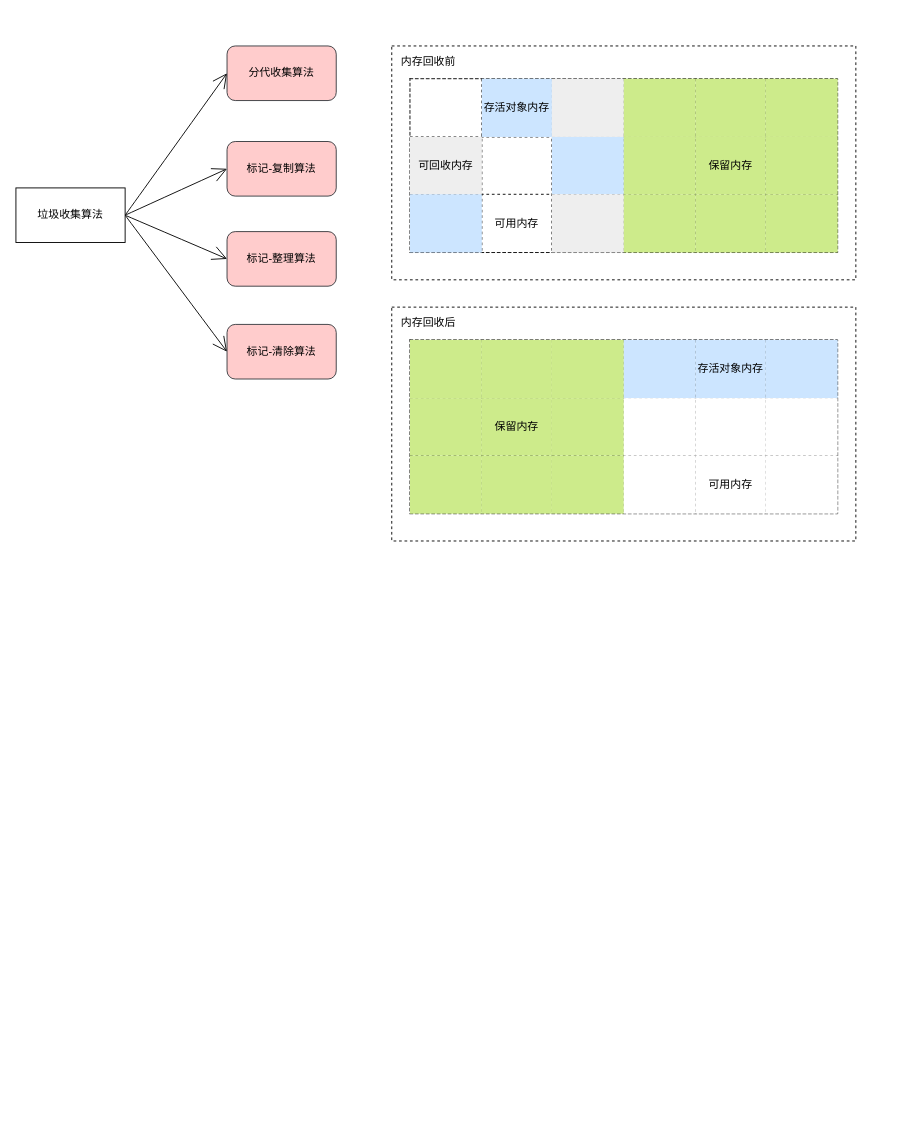
This is learn/JVM垃圾收集算法.drawio from Leo-Lee-j/sketch, a draw.io file, before an edit. Source tidied: cells renumbered, new cells numbered last; positions are measured from the earlier drawing's top-left corner, leaving out a move shared by most shapes. Both pictures are drawn from the tidied source at 91%, with x=0, y=0 at pixel (15, 46).
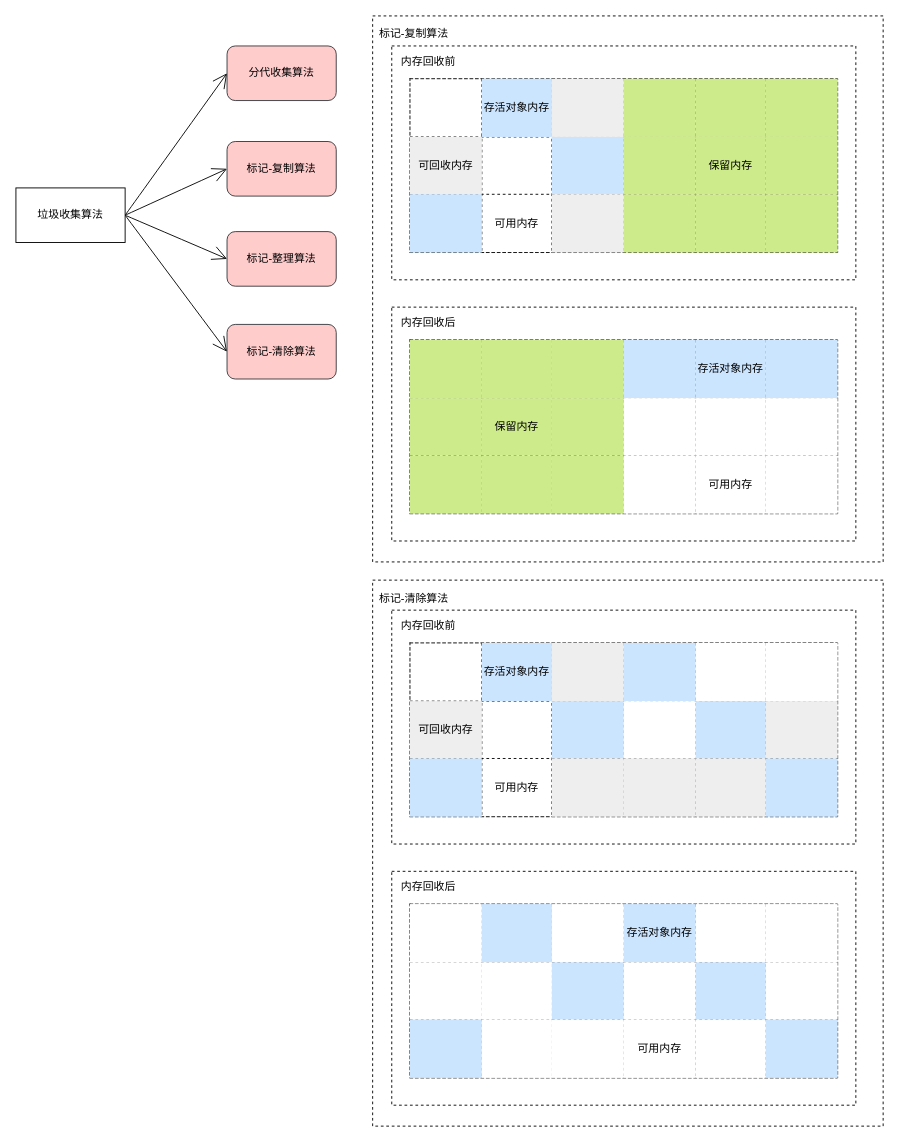
Above is the later version.

Commit message (it also covers changes not shown here):
更新JVM垃圾收集算法.drawio

Diff of the diagram source:
```diff
@@
+    <mxCell id="59" style="rounded=0;whiteSpace=wrap;html=1;dashed=1;hachureGap=4;" parent="1" vertex="1">
+      <mxGeometry x="392" y="-33" width="561" height="600" as="geometry" />
+    </mxCell>
@@
+    <mxCell id="60" value="标记-复制算法" style="text;html=1;align=center;verticalAlign=middle;strokeColor=none;fillColor=none;dashed=1;hachureGap=4;" parent="1" vertex="1">
+      <mxGeometry x="392" y="-23" width="90" height="20" as="geometry" />
+    </mxCell>
+    <mxCell id="61" style="rounded=0;whiteSpace=wrap;html=1;dashed=1;hachureGap=4;" parent="1" vertex="1">
+      <mxGeometry x="392" y="587" width="561" height="600" as="geometry" />
+    </mxCell>
+    <mxCell id="62" style="rounded=0;whiteSpace=wrap;html=1;hachureGap=4;dashed=1;" parent="1" vertex="1">
+      <mxGeometry x="413" y="620" width="510" height="257" as="geometry" />
+    </mxCell>
+    <mxCell id="63" value="内存回收前" style="text;html=1;align=center;verticalAlign=middle;strokeColor=none;fillColor=none;dashed=1;hachureGap=4;" parent="1" vertex="1">
+      <mxGeometry x="413" y="627" width="80" height="20" as="geometry" />
+    </mxCell>
+    <mxCell id="64" style="shape=table;startSize=0;childLayout=tableLayout;dashed=1;hachureGap=4;" parent="1" vertex="1">
+      <mxGeometry x="433" y="656" width="470" height="191" as="geometry" />
+    </mxCell>
+    <mxCell id="65" style="shape=tableRow;horizontal=0;startSize=0;swimlaneHead=0;swimlaneBody=0;top=0;left=0;bottom=0;right=0;fillColor=none;dashed=1;hachureGap=4;" parent="64" vertex="1">
+      <mxGeometry width="470" height="64" as="geometry" />
+    </mxCell>
+    <mxCell id="66" style="shape=partialRectangle;html=1;whiteSpace=wrap;overflow=hidden;fillColor=none;top=0;left=0;bottom=0;right=0;dashed=1;hachureGap=4;" parent="65" vertex="1">
+      <mxGeometry width="79" height="64" as="geometry" />
+    </mxCell>
+    <mxCell id="67" value="存活对象内存" style="shape=partialRectangle;html=1;whiteSpace=wrap;overflow=hidden;fillColor=#cce5ff;top=0;left=0;bottom=0;right=0;dashed=1;hachureGap=4;strokeColor=#36393d;" parent="65" vertex="1">
+      <mxGeometry x="79" width="77" height="64" as="geometry" />
+    </mxCell>
+    <mxCell id="68" style="shape=partialRectangle;html=1;whiteSpace=wrap;overflow=hidden;fillColor=#eeeeee;top=0;left=0;bottom=0;right=0;dashed=1;hachureGap=4;strokeColor=#36393d;" parent="65" vertex="1">
+      <mxGeometry x="156" width="79" height="64" as="geometry" />
+    </mxCell>
+    <mxCell id="69" style="shape=partialRectangle;html=1;whiteSpace=wrap;overflow=hidden;fillColor=#cce5ff;top=0;left=0;bottom=0;right=0;dashed=1;hachureGap=4;strokeColor=#36393d;" parent="65" vertex="1">
+      <mxGeometry x="235" width="79" height="64" as="geometry" />
+    </mxCell>
+    <mxCell id="70" style="shape=partialRectangle;html=1;whiteSpace=wrap;overflow=hidden;top=0;left=0;bottom=0;right=0;dashed=1;hachureGap=4;" parent="65" vertex="1">
+      <mxGeometry x="314" width="77" height="64" as="geometry" />
+    </mxCell>
+    <mxCell id="71" style="shape=partialRectangle;html=1;whiteSpace=wrap;overflow=hidden;top=0;left=0;bottom=0;right=0;dashed=1;hachureGap=4;" parent="65" vertex="1">
+      <mxGeometry x="391" width="79" height="64" as="geometry" />
+    </mxCell>
+    <mxCell id="72" style="shape=tableRow;horizontal=0;startSize=0;swimlaneHead=0;swimlaneBody=0;top=0;left=0;bottom=0;right=0;fillColor=none;dashed=1;hachureGap=4;" parent="64" vertex="1">
+      <mxGeometry y="64" width="470" height="63" as="geometry" />
+    </mxCell>
+    <mxCell id="73" value="可回收内存" style="shape=partialRectangle;html=1;whiteSpace=wrap;overflow=hidden;fillColor=#eeeeee;top=0;left=0;bottom=0;right=0;dashed=1;hachureGap=4;strokeColor=#36393d;" parent="72" vertex="1">
+      <mxGeometry width="79" height="63" as="geometry" />
+    </mxCell>
+    <mxCell id="74" style="shape=partialRectangle;html=1;whiteSpace=wrap;overflow=hidden;fillColor=none;top=0;left=0;bottom=0;right=0;dashed=1;hachureGap=4;" parent="72" vertex="1">
+      <mxGeometry x="79" width="77" height="63" as="geometry" />
+    </mxCell>
+    <mxCell id="75" style="shape=partialRectangle;html=1;whiteSpace=wrap;overflow=hidden;fillColor=#cce5ff;top=0;left=0;bottom=0;right=0;dashed=1;hachureGap=4;strokeColor=#36393d;" parent="72" vertex="1">
+      <mxGeometry x="156" width="79" height="63" as="geometry" />
+    </mxCell>
+    <mxCell id="76" style="shape=partialRectangle;html=1;whiteSpace=wrap;overflow=hidden;top=0;left=0;bottom=0;right=0;dashed=1;hachureGap=4;" parent="72" vertex="1">
+      <mxGeometry x="235" width="79" height="63" as="geometry" />
+    </mxCell>
+    <mxCell id="77" style="shape=partialRectangle;html=1;whiteSpace=wrap;overflow=hidden;fillColor=#cce5ff;top=0;left=0;bottom=0;right=0;dashed=1;hachureGap=4;strokeColor=#36393d;" parent="72" vertex="1">
+      <mxGeometry x="314" width="77" height="63" as="geometry" />
+    </mxCell>
+    <mxCell id="78" style="shape=partialRectangle;html=1;whiteSpace=wrap;overflow=hidden;fillColor=#eeeeee;top=0;left=0;bottom=0;right=0;dashed=1;hachureGap=4;strokeColor=#36393d;" parent="72" vertex="1">
+      <mxGeometry x="391" width="79" height="63" as="geometry" />
+    </mxCell>
+    <mxCell id="79" style="shape=tableRow;horizontal=0;startSize=0;swimlaneHead=0;swimlaneBody=0;top=0;left=0;bottom=0;right=0;fillColor=none;dashed=1;hachureGap=4;" parent="64" vertex="1">
+      <mxGeometry y="127" width="470" height="64" as="geometry" />
+    </mxCell>
+    <mxCell id="80" style="shape=partialRectangle;html=1;whiteSpace=wrap;overflow=hidden;fillColor=#cce5ff;top=0;left=0;bottom=0;right=0;dashed=1;hachureGap=4;strokeColor=#36393d;" parent="79" vertex="1">
+      <mxGeometry width="79" height="64" as="geometry" />
+    </mxCell>
+    <mxCell id="81" value="可用内存" style="shape=partialRectangle;html=1;whiteSpace=wrap;overflow=hidden;fillColor=none;top=0;left=0;bottom=0;right=0;dashed=1;hachureGap=4;" parent="79" vertex="1">
+      <mxGeometry x="79" width="77" height="64" as="geometry" />
+    </mxCell>
+    <mxCell id="82" style="shape=partialRectangle;html=1;whiteSpace=wrap;overflow=hidden;fillColor=#eeeeee;top=0;left=0;bottom=0;right=0;dashed=1;hachureGap=4;strokeColor=#36393d;" parent="79" vertex="1">
+      <mxGeometry x="156" width="79" height="64" as="geometry" />
+    </mxCell>
+    <mxCell id="83" style="shape=partialRectangle;html=1;whiteSpace=wrap;overflow=hidden;fillColor=#eeeeee;top=0;left=0;bottom=0;right=0;dashed=1;hachureGap=4;strokeColor=#36393d;" parent="79" vertex="1">
+      <mxGeometry x="235" width="79" height="64" as="geometry" />
+    </mxCell>
+    <mxCell id="84" style="shape=partialRectangle;html=1;whiteSpace=wrap;overflow=hidden;fillColor=#eeeeee;top=0;left=0;bottom=0;right=0;dashed=1;hachureGap=4;strokeColor=#36393d;" parent="79" vertex="1">
+      <mxGeometry x="314" width="77" height="64" as="geometry" />
+    </mxCell>
+    <mxCell id="85" style="shape=partialRectangle;html=1;whiteSpace=wrap;overflow=hidden;fillColor=#cce5ff;top=0;left=0;bottom=0;right=0;dashed=1;hachureGap=4;strokeColor=#36393d;" parent="79" vertex="1">
+      <mxGeometry x="391" width="79" height="64" as="geometry" />
+    </mxCell>
+    <mxCell id="86" style="rounded=0;whiteSpace=wrap;html=1;hachureGap=4;dashed=1;" parent="1" vertex="1">
+      <mxGeometry x="413" y="907" width="510" height="257" as="geometry" />
+    </mxCell>
+    <mxCell id="87" value="内存回收后" style="text;html=1;align=center;verticalAlign=middle;strokeColor=none;fillColor=none;dashed=1;hachureGap=4;" parent="1" vertex="1">
+      <mxGeometry x="413" y="914" width="80" height="20" as="geometry" />
+    </mxCell>
+    <mxCell id="88" style="shape=table;startSize=0;childLayout=tableLayout;dashed=1;hachureGap=4;" parent="1" vertex="1">
+      <mxGeometry x="433" y="943" width="470" height="191" as="geometry" />
+    </mxCell>
+    <mxCell id="89" style="shape=tableRow;horizontal=0;startSize=0;swimlaneHead=0;swimlaneBody=0;top=0;left=0;bottom=0;right=0;fillColor=none;dashed=1;hachureGap=4;" parent="88" vertex="1">
+      <mxGeometry width="470" height="64" as="geometry" />
+    </mxCell>
+    <mxCell id="90" style="shape=partialRectangle;html=1;whiteSpace=wrap;overflow=hidden;top=0;left=0;bottom=0;right=0;dashed=1;hachureGap=4;" parent="89" vertex="1">
+      <mxGeometry width="79" height="64" as="geometry" />
+    </mxCell>
+    <mxCell id="91" style="shape=partialRectangle;html=1;whiteSpace=wrap;overflow=hidden;fillColor=#cce5ff;top=0;left=0;bottom=0;right=0;dashed=1;hachureGap=4;strokeColor=#36393d;" parent="89" vertex="1">
+      <mxGeometry x="79" width="77" height="64" as="geometry" />
+    </mxCell>
+    <mxCell id="92" style="shape=partialRectangle;html=1;whiteSpace=wrap;overflow=hidden;top=0;left=0;bottom=0;right=0;dashed=1;hachureGap=4;" parent="89" vertex="1">
+      <mxGeometry x="156" width="79" height="64" as="geometry" />
+    </mxCell>
+    <mxCell id="93" value="&lt;span&gt;存活对象内存&lt;/span&gt;" style="shape=partialRectangle;html=1;whiteSpace=wrap;overflow=hidden;top=0;left=0;bottom=0;right=0;dashed=1;hachureGap=4;fillColor=#cce5ff;strokeColor=#36393d;" parent="89" vertex="1">
+      <mxGeometry x="235" width="79" height="64" as="geometry" />
+    </mxCell>
+    <mxCell id="94" style="shape=partialRectangle;html=1;whiteSpace=wrap;overflow=hidden;top=0;left=0;bottom=0;right=0;dashed=1;hachureGap=4;" parent="89" vertex="1">
+      <mxGeometry x="314" width="77" height="64" as="geometry" />
+    </mxCell>
+    <mxCell id="95" style="shape=partialRectangle;html=1;whiteSpace=wrap;overflow=hidden;top=0;left=0;bottom=0;right=0;dashed=1;hachureGap=4;" parent="89" vertex="1">
+      <mxGeometry x="391" width="79" height="64" as="geometry" />
+    </mxCell>
+    <mxCell id="96" style="shape=tableRow;horizontal=0;startSize=0;swimlaneHead=0;swimlaneBody=0;top=0;left=0;bottom=0;right=0;fillColor=none;dashed=1;hachureGap=4;" parent="88" vertex="1">
+      <mxGeometry y="64" width="470" height="63" as="geometry" />
+    </mxCell>
+    <mxCell id="97" style="shape=partialRectangle;html=1;whiteSpace=wrap;overflow=hidden;top=0;left=0;bottom=0;right=0;dashed=1;hachureGap=4;" parent="96" vertex="1">
+      <mxGeometry width="79" height="63" as="geometry" />
+    </mxCell>
+    <mxCell id="98" style="shape=partialRectangle;html=1;whiteSpace=wrap;overflow=hidden;top=0;left=0;bottom=0;right=0;dashed=1;hachureGap=4;" parent="96" vertex="1">
+      <mxGeometry x="79" width="77" height="63" as="geometry" />
+    </mxCell>
+    <mxCell id="99" style="shape=partialRectangle;html=1;whiteSpace=wrap;overflow=hidden;top=0;left=0;bottom=0;right=0;dashed=1;hachureGap=4;fillColor=#cce5ff;strokeColor=#36393d;" parent="96" vertex="1">
+      <mxGeometry x="156" width="79" height="63" as="geometry" />
+    </mxCell>
+    <mxCell id="100" style="shape=partialRectangle;html=1;whiteSpace=wrap;overflow=hidden;top=0;left=0;bottom=0;right=0;dashed=1;hachureGap=4;" parent="96" vertex="1">
+      <mxGeometry x="235" width="79" height="63" as="geometry" />
+    </mxCell>
+    <mxCell id="101" style="shape=partialRectangle;html=1;whiteSpace=wrap;overflow=hidden;top=0;left=0;bottom=0;right=0;dashed=1;hachureGap=4;fillColor=#cce5ff;strokeColor=#36393d;" parent="96" vertex="1">
+      <mxGeometry x="314" width="77" height="63" as="geometry" />
+    </mxCell>
+    <mxCell id="102" style="shape=partialRectangle;html=1;whiteSpace=wrap;overflow=hidden;top=0;left=0;bottom=0;right=0;dashed=1;hachureGap=4;" parent="96" vertex="1">
+      <mxGeometry x="391" width="79" height="63" as="geometry" />
+    </mxCell>
+    <mxCell id="103" style="shape=tableRow;horizontal=0;startSize=0;swimlaneHead=0;swimlaneBody=0;top=0;left=0;bottom=0;right=0;fillColor=none;dashed=1;hachureGap=4;" parent="88" vertex="1">
+      <mxGeometry y="127" width="470" height="64" as="geometry" />
+    </mxCell>
+    <mxCell id="104" style="shape=partialRectangle;html=1;whiteSpace=wrap;overflow=hidden;top=0;left=0;bottom=0;right=0;dashed=1;hachureGap=4;fillColor=#cce5ff;strokeColor=#36393d;" parent="103" vertex="1">
+      <mxGeometry width="79" height="64" as="geometry" />
+    </mxCell>
+    <mxCell id="105" style="shape=partialRectangle;html=1;whiteSpace=wrap;overflow=hidden;top=0;left=0;bottom=0;right=0;dashed=1;hachureGap=4;" parent="103" vertex="1">
+      <mxGeometry x="79" width="77" height="64" as="geometry" />
+    </mxCell>
+    <mxCell id="106" style="shape=partialRectangle;html=1;whiteSpace=wrap;overflow=hidden;top=0;left=0;bottom=0;right=0;dashed=1;hachureGap=4;" parent="103" vertex="1">
+      <mxGeometry x="156" width="79" height="64" as="geometry" />
+    </mxCell>
+    <mxCell id="107" value="&lt;span&gt;可用内存&lt;/span&gt;" style="shape=partialRectangle;html=1;whiteSpace=wrap;overflow=hidden;top=0;left=0;bottom=0;right=0;dashed=1;hachureGap=4;" parent="103" vertex="1">
+      <mxGeometry x="235" width="79" height="64" as="geometry" />
+    </mxCell>
+    <mxCell id="108" style="shape=partialRectangle;html=1;whiteSpace=wrap;overflow=hidden;top=0;left=0;bottom=0;right=0;dashed=1;hachureGap=4;" parent="103" vertex="1">
+      <mxGeometry x="314" width="77" height="64" as="geometry" />
+    </mxCell>
+    <mxCell id="109" style="shape=partialRectangle;html=1;whiteSpace=wrap;overflow=hidden;top=0;left=0;bottom=0;right=0;dashed=1;hachureGap=4;fillColor=#cce5ff;strokeColor=#36393d;" parent="103" vertex="1">
+      <mxGeometry x="391" width="79" height="64" as="geometry" />
+    </mxCell>
+    <mxCell id="110" value="标记-清除算法" style="text;html=1;align=center;verticalAlign=middle;strokeColor=none;fillColor=none;dashed=1;hachureGap=4;" parent="1" vertex="1">
+      <mxGeometry x="392" y="597" width="90" height="20" as="geometry" />
+    </mxCell>
```
